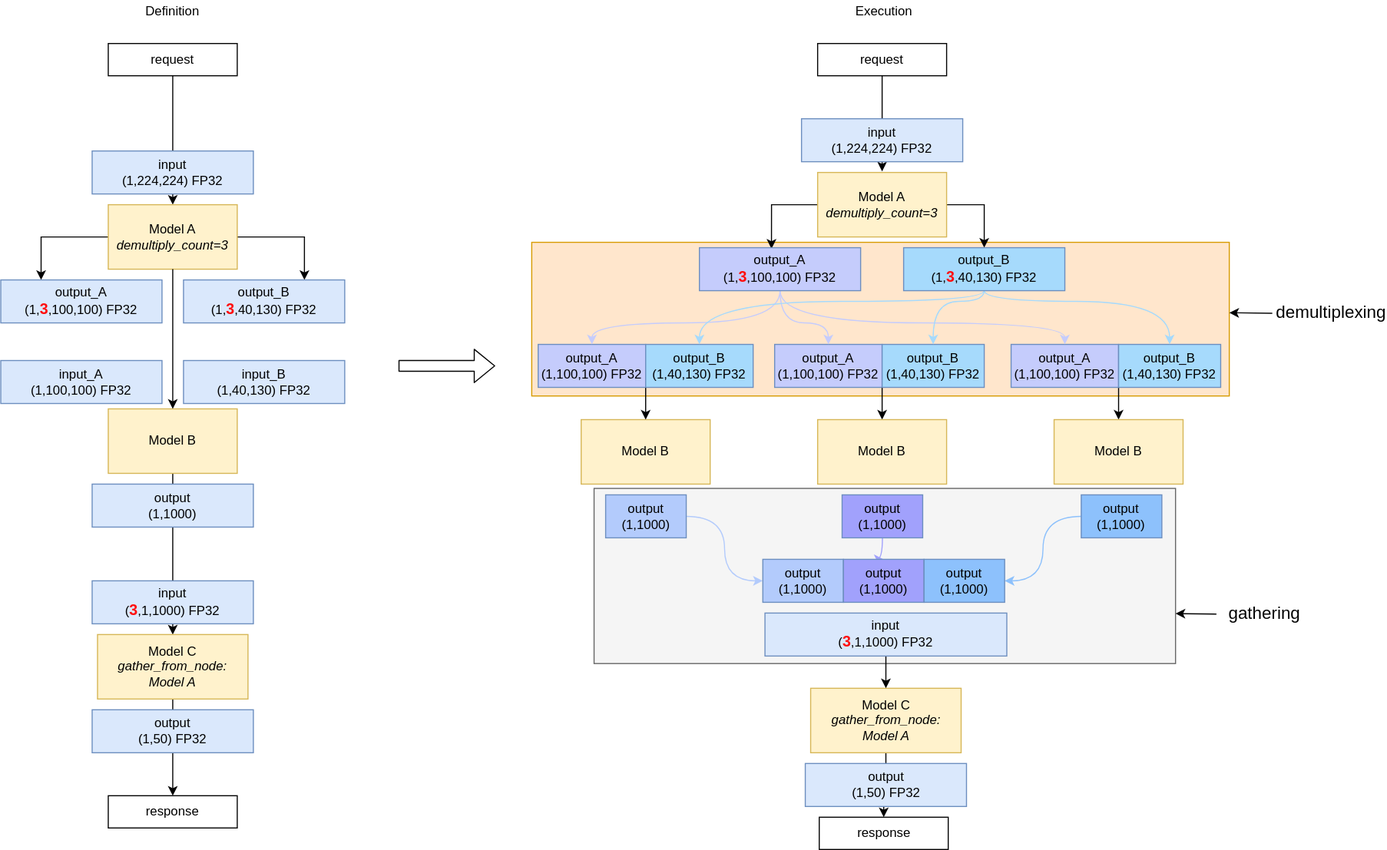
Earlier version of the draw.io export docs/gather.svg (openvinotoolkit/model_server). Source tidied: cells renumbered, new cells last; positions are measured from the earlier drawing's top-left corner, leaving out a move shared by most shapes.
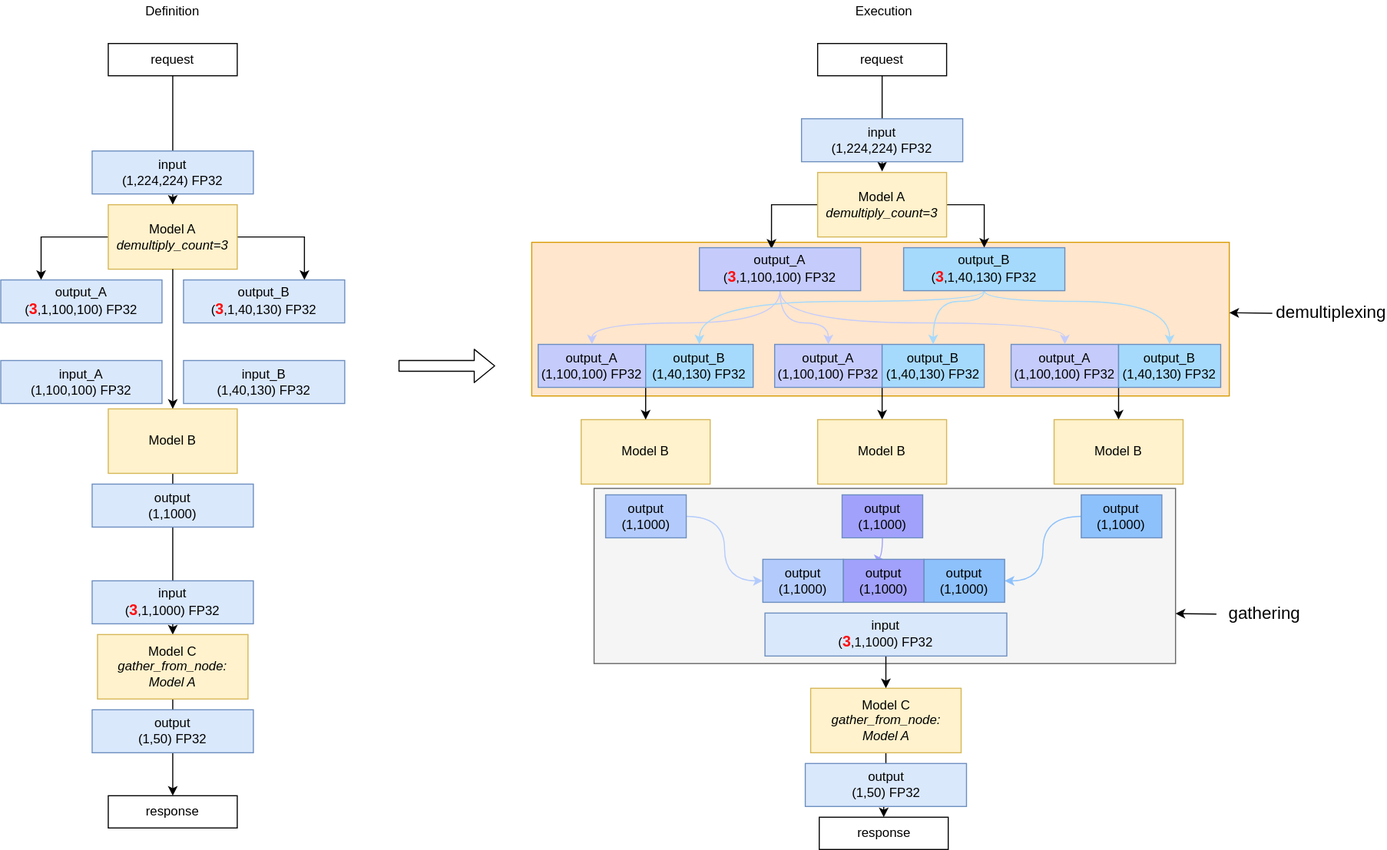
Above is the later version.

Diff of the diagram source:
```diff
@@ -37,10 +37,10 @@
     <mxCell id="10" value="input&lt;br&gt;(1,224,224) FP32" style="rounded=0;whiteSpace=wrap;html=1;fillColor=#dae8fc;strokeColor=#6c8ebf;" parent="1" vertex="1">
       <mxGeometry x="85" y="140" width="150" height="40" as="geometry" />
     </mxCell>
-    <mxCell id="11" value="output_A&lt;br&gt;(1,&lt;b&gt;&lt;font color=&quot;#ff0d0d&quot; style=&quot;font-size: 14px&quot;&gt;3&lt;/font&gt;&lt;/b&gt;,100,100) FP32" style="rounded=0;whiteSpace=wrap;html=1;fillColor=#dae8fc;strokeColor=#6c8ebf;" parent="1" vertex="1">
+    <mxCell id="11" value="output_A&lt;br&gt;(&lt;b&gt;&lt;font color=&quot;#ff0d0d&quot; style=&quot;font-size: 14px&quot;&gt;3&lt;/font&gt;&lt;/b&gt;,1,100,100) FP32" style="rounded=0;whiteSpace=wrap;html=1;fillColor=#dae8fc;strokeColor=#6c8ebf;" parent="1" vertex="1">
       <mxGeometry y="260" width="150" height="40" as="geometry" />
     </mxCell>
-    <mxCell id="12" value="output_B&lt;br&gt;(1,&lt;b&gt;&lt;font style=&quot;font-size: 14px&quot; color=&quot;#ff0d0d&quot;&gt;3&lt;/font&gt;&lt;/b&gt;,40,130) FP32" style="rounded=0;whiteSpace=wrap;html=1;fillColor=#dae8fc;strokeColor=#6c8ebf;" parent="1" vertex="1">
+    <mxCell id="12" value="output_B&lt;br&gt;(&lt;b&gt;&lt;font style=&quot;font-size: 14px&quot; color=&quot;#ff0d0d&quot;&gt;3&lt;/font&gt;&lt;/b&gt;,1,40,130) FP32" style="rounded=0;whiteSpace=wrap;html=1;fillColor=#dae8fc;strokeColor=#6c8ebf;" parent="1" vertex="1">
       <mxGeometry x="170" y="260" width="150" height="40" as="geometry" />
     </mxCell>
     <mxCell id="13" style="edgeStyle=orthogonalEdgeStyle;rounded=0;jettySize=auto;html=1;" parent="1" edge="1" source="14" target="16">
@@ -153,7 +153,7 @@
         </Array>
       </mxGeometry>
     </mxCell>
-    <mxCell id="41" value="output_A&lt;br&gt;(1,&lt;b&gt;&lt;font color=&quot;#ff0d0d&quot; style=&quot;font-size: 14px&quot;&gt;3&lt;/font&gt;&lt;/b&gt;,100,100) FP32" style="rounded=0;whiteSpace=wrap;html=1;strokeColor=#6c8ebf;fillColor=#C5CCFC;" parent="1" vertex="1">
+    <mxCell id="41" value="output_A&lt;br&gt;(&lt;b&gt;&lt;font color=&quot;#ff0d0d&quot; style=&quot;font-size: 14px&quot;&gt;3&lt;/font&gt;&lt;/b&gt;,1,100,100) FP32" style="rounded=0;whiteSpace=wrap;html=1;strokeColor=#6c8ebf;fillColor=#C5CCFC;" parent="1" vertex="1">
       <mxGeometry x="650" y="230" width="150" height="40" as="geometry" />
     </mxCell>
     <mxCell id="42" style="edgeStyle=orthogonalEdgeStyle;jettySize=auto;html=1;entryX=0.5;entryY=0;entryDx=0;entryDy=0;strokeColor=#A6DAFC;curved=1;" parent="1" edge="1" source="45" target="34">
@@ -180,7 +180,7 @@
         </Array>
       </mxGeometry>
     </mxCell>
-    <mxCell id="45" value="output_B&lt;br&gt;(1,&lt;b&gt;&lt;font style=&quot;font-size: 14px&quot; color=&quot;#ff0d0d&quot;&gt;3&lt;/font&gt;&lt;/b&gt;,40,130) FP32" style="rounded=0;whiteSpace=wrap;html=1;strokeColor=#6c8ebf;fillColor=#A6DAFC;" parent="1" vertex="1">
+    <mxCell id="45" value="output_B&lt;br&gt;(&lt;b&gt;&lt;font style=&quot;font-size: 14px&quot; color=&quot;#ff0d0d&quot;&gt;3&lt;/font&gt;&lt;/b&gt;,1,40,130) FP32" style="rounded=0;whiteSpace=wrap;html=1;strokeColor=#6c8ebf;fillColor=#A6DAFC;" parent="1" vertex="1">
       <mxGeometry x="840" y="230" width="150" height="40" as="geometry" />
     </mxCell>
     <mxCell id="46" style="endArrow=classic;html=1;rounded=0;entryX=1;entryY=0.25;entryDx=0;entryDy=0;" parent="1" edge="1">
```
